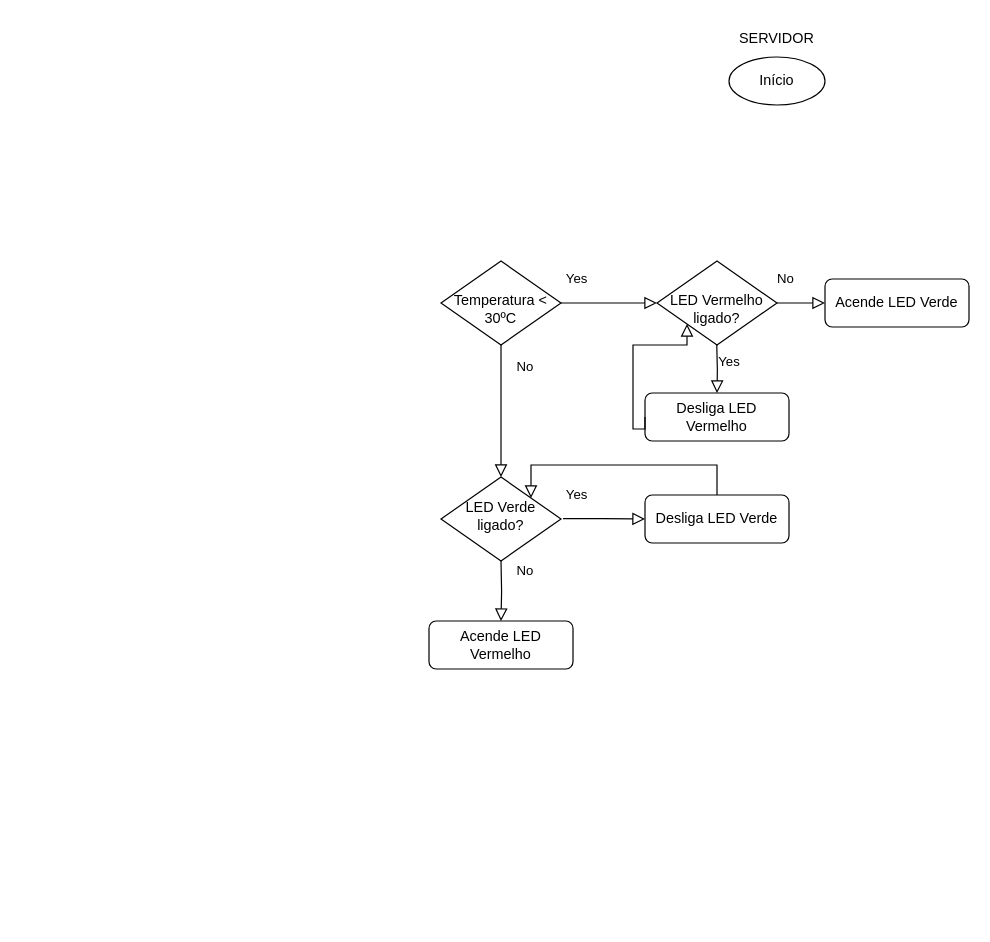
The draw.io diagram fluxograma_gb/fluxograma_gb.drawio in klauck-daniel/2022_02_sistemasDistribuidos, before the edit. Source tidied: cells renumbered, new cells numbered last; positions are measured from the earlier drawing's top-left corner, leaving out a move shared by most shapes. Both pictures are drawn from the tidied source at 120%, with x=0, y=0 at pixel (428, 20).
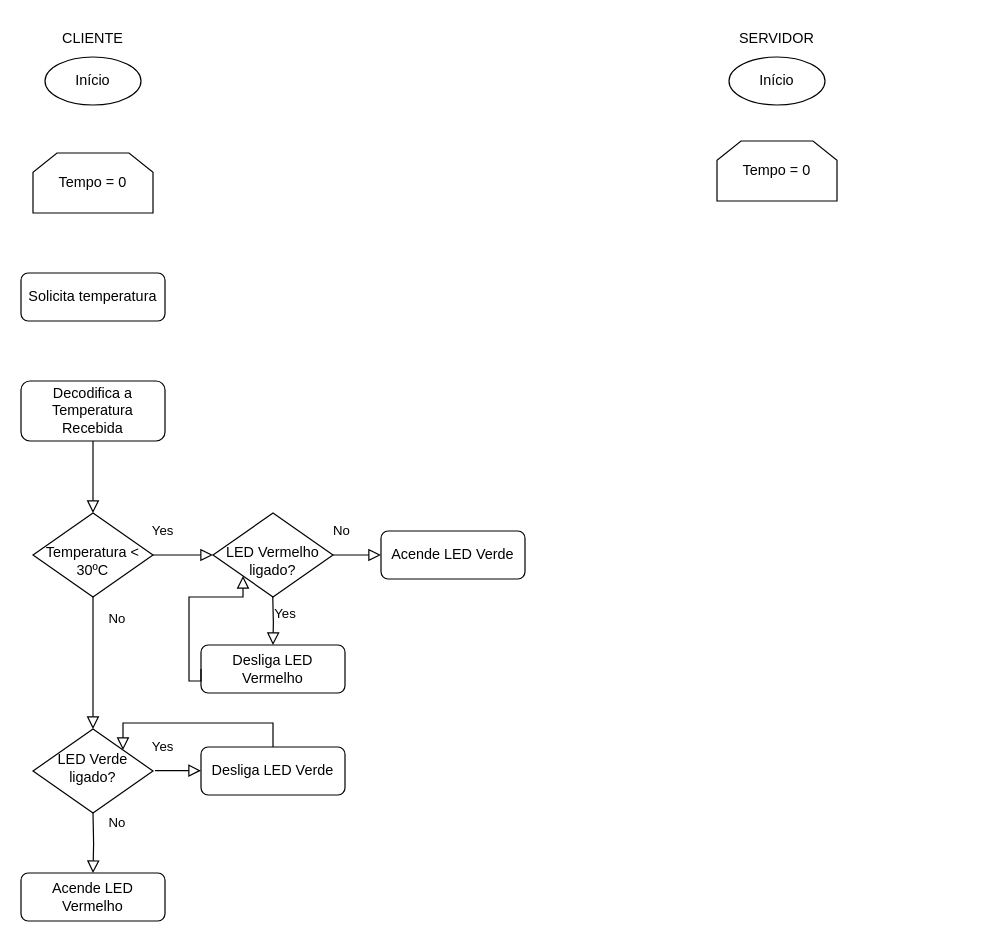
Above is the later version.

The edit, as a diff of the source:
```diff
@@
     <mxCell id="2" value="&lt;br&gt;Temperatura &amp;lt; 30ºC" style="rhombus;whiteSpace=wrap;html=1;shadow=0;fontFamily=Helvetica;fontSize=12;align=center;strokeWidth=1;spacing=6;spacingTop=-4;" parent="1" vertex="1">
-      <mxGeometry x="10" y="200" width="100" height="70" as="geometry" />
+      <mxGeometry x="-330" y="410" width="100" height="70" as="geometry" />
     </mxCell>
     <mxCell id="3" value="No" style="rounded=0;html=1;jettySize=auto;fontSize=11;endArrow=block;endFill=0;endSize=8;strokeWidth=1;shadow=0;labelBackgroundColor=none;edgeStyle=orthogonalEdgeStyle;entryX=0.5;entryY=0;entryDx=0;entryDy=0;" parent="1" edge="1" target="7">
       <mxGeometry x="-0.67" y="20" relative="1" as="geometry">
-        <mxPoint x="60" y="450" as="sourcePoint" />
+        <mxPoint x="-280" y="660" as="sourcePoint" />
       </mxGeometry>
     </mxCell>
@@
     <mxCell id="6" value="Acende LED Verde" style="rounded=1;whiteSpace=wrap;html=1;fontSize=12;glass=0;strokeWidth=1;shadow=0;" parent="1" vertex="1">
-      <mxGeometry x="330" y="215" width="120" height="40" as="geometry" />
+      <mxGeometry x="-40" y="425" width="120" height="40" as="geometry" />
     </mxCell>
     <mxCell id="7" value="Acende LED Vermelho" style="rounded=1;whiteSpace=wrap;html=1;fontSize=12;glass=0;strokeWidth=1;shadow=0;" parent="1" vertex="1">
-      <mxGeometry y="500" width="120" height="40" as="geometry" />
+      <mxGeometry x="-340" y="710" width="120" height="40" as="geometry" />
     </mxCell>
     <mxCell id="8" value="LED Verde ligado?" style="rhombus;whiteSpace=wrap;html=1;shadow=0;fontFamily=Helvetica;fontSize=12;align=center;strokeWidth=1;spacing=6;spacingTop=-4;" parent="1" vertex="1">
-      <mxGeometry x="10" y="380" width="100" height="70" as="geometry" />
+      <mxGeometry x="-330" y="590" width="100" height="70" as="geometry" />
     </mxCell>
     <mxCell id="9" value="No" style="rounded=0;html=1;jettySize=auto;fontSize=11;endArrow=block;endFill=0;endSize=8;strokeWidth=1;shadow=0;labelBackgroundColor=none;edgeStyle=orthogonalEdgeStyle;exitX=0.5;exitY=1;exitDx=0;exitDy=0;" parent="1" edge="1" source="2">
       <mxGeometry x="-0.67" y="20" relative="1" as="geometry">
-        <mxPoint x="60" y="380" as="targetPoint" />
+        <mxPoint x="-280" y="590" as="targetPoint" />
       </mxGeometry>
     </mxCell>
     <mxCell id="10" value="Desliga LED Verde" style="rounded=1;whiteSpace=wrap;html=1;fontSize=12;glass=0;strokeWidth=1;shadow=0;" parent="1" vertex="1">
-      <mxGeometry x="180" y="395" width="120" height="40" as="geometry" />
+      <mxGeometry x="-190" y="605" width="120" height="40" as="geometry" />
     </mxCell>
@@
     <mxCell id="12" style="rounded=0;html=1;jettySize=auto;fontSize=11;endArrow=block;endFill=0;endSize=8;strokeWidth=1;shadow=0;labelBackgroundColor=none;edgeStyle=orthogonalEdgeStyle;exitX=0.5;exitY=0;exitDx=0;exitDy=0;entryX=1;entryY=0;entryDx=0;entryDy=0;" parent="1" edge="1" source="10" target="8">
-      <mxGeometry x="-0.67" y="20" relative="1" as="geometry">
+      <mxGeometry relative="1" as="geometry">
         <Array as="points">
-          <mxPoint x="240" y="370" />
-          <mxPoint x="85" y="370" />
+          <mxPoint x="-130" y="585" />
+          <mxPoint x="-255" y="585" />
         </Array>
       </mxGeometry>
     </mxCell>
     <mxCell id="13" value="&lt;br&gt;LED Vermelho ligado?" style="rhombus;whiteSpace=wrap;html=1;shadow=0;fontFamily=Helvetica;fontSize=12;align=center;strokeWidth=1;spacing=6;spacingTop=-4;" parent="1" vertex="1">
-      <mxGeometry x="190" y="200" width="100" height="70" as="geometry" />
+      <mxGeometry x="-180" y="410" width="100" height="70" as="geometry" />
     </mxCell>
     <mxCell id="14" value="Desliga LED Vermelho" style="rounded=1;whiteSpace=wrap;html=1;fontSize=12;glass=0;strokeWidth=1;shadow=0;" parent="1" vertex="1">
-      <mxGeometry x="180" y="310" width="120" height="40" as="geometry" />
+      <mxGeometry x="-190" y="520" width="120" height="40" as="geometry" />
     </mxCell>
     <mxCell id="15" style="rounded=0;html=1;jettySize=auto;fontSize=11;endArrow=block;endFill=0;endSize=8;strokeWidth=1;shadow=0;labelBackgroundColor=none;edgeStyle=orthogonalEdgeStyle;exitX=0;exitY=0.5;exitDx=0;exitDy=0;entryX=0;entryY=1;entryDx=0;entryDy=0;" parent="1" edge="1" source="14" target="13">
       <mxGeometry relative="1" as="geometry">
         <Array as="points">
-          <mxPoint x="170" y="340" />
-          <mxPoint x="170" y="270" />
-          <mxPoint x="215" y="270" />
+          <mxPoint x="-200" y="550" />
+          <mxPoint x="-200" y="480" />
+          <mxPoint x="-155" y="480" />
         </Array>
       </mxGeometry>
     </mxCell>
     <mxCell id="16" value="Yes" style="rounded=0;html=1;jettySize=auto;fontSize=11;endArrow=block;endFill=0;endSize=8;strokeWidth=1;shadow=0;labelBackgroundColor=none;edgeStyle=orthogonalEdgeStyle;exitX=0.5;exitY=1;exitDx=0;exitDy=0;entryX=0.5;entryY=0;entryDx=0;entryDy=0;" parent="1" edge="1" target="14">
       <mxGeometry x="-0.32" y="10" relative="1" as="geometry">
-        <mxPoint x="239.8" y="270" as="sourcePoint" />
+        <mxPoint x="-130.2" y="480" as="sourcePoint" />
       </mxGeometry>
     </mxCell>
@@
+    <mxCell id="19" value="Início" style="ellipse;whiteSpace=wrap;html=1;" parent="1" vertex="1">
+      <mxGeometry x="-320" y="30" width="80" height="40" as="geometry" />
+    </mxCell>
+    <mxCell id="20" value="CLIENTE" style="text;html=1;strokeColor=none;fillColor=none;align=center;verticalAlign=middle;whiteSpace=wrap;rounded=0;" parent="1" vertex="1">
+      <mxGeometry x="-310" width="60" height="30" as="geometry" />
+    </mxCell>
+    <mxCell id="21" value="Tempo = 0" style="shape=loopLimit;whiteSpace=wrap;html=1;comic=0;" parent="1" vertex="1">
+      <mxGeometry x="-330" y="110" width="100" height="50" as="geometry" />
+    </mxCell>
+    <mxCell id="22" value="Tempo = 0" style="shape=loopLimit;whiteSpace=wrap;html=1;comic=0;" parent="1" vertex="1">
+      <mxGeometry x="240" y="100" width="100" height="50" as="geometry" />
+    </mxCell>
+    <mxCell id="23" value="Solicita temperatura" style="rounded=1;whiteSpace=wrap;html=1;fontSize=12;glass=0;strokeWidth=1;shadow=0;" parent="1" vertex="1">
+      <mxGeometry x="-340" y="210" width="120" height="40" as="geometry" />
+    </mxCell>
+    <mxCell id="24" value="Decodifica a Temperatura Recebida" style="rounded=1;whiteSpace=wrap;html=1;fontSize=12;glass=0;strokeWidth=1;shadow=0;" parent="1" vertex="1">
+      <mxGeometry x="-340" y="300" width="120" height="50" as="geometry" />
+    </mxCell>
+    <mxCell id="25" style="rounded=0;html=1;jettySize=auto;fontSize=11;endArrow=block;endFill=0;endSize=8;strokeWidth=1;shadow=0;labelBackgroundColor=none;edgeStyle=orthogonalEdgeStyle;exitX=0.5;exitY=1;exitDx=0;exitDy=0;entryX=0.5;entryY=0;entryDx=0;entryDy=0;" parent="1" edge="1" source="24" target="2">
+      <mxGeometry x="-0.67" y="20" relative="1" as="geometry" />
+    </mxCell>
```
